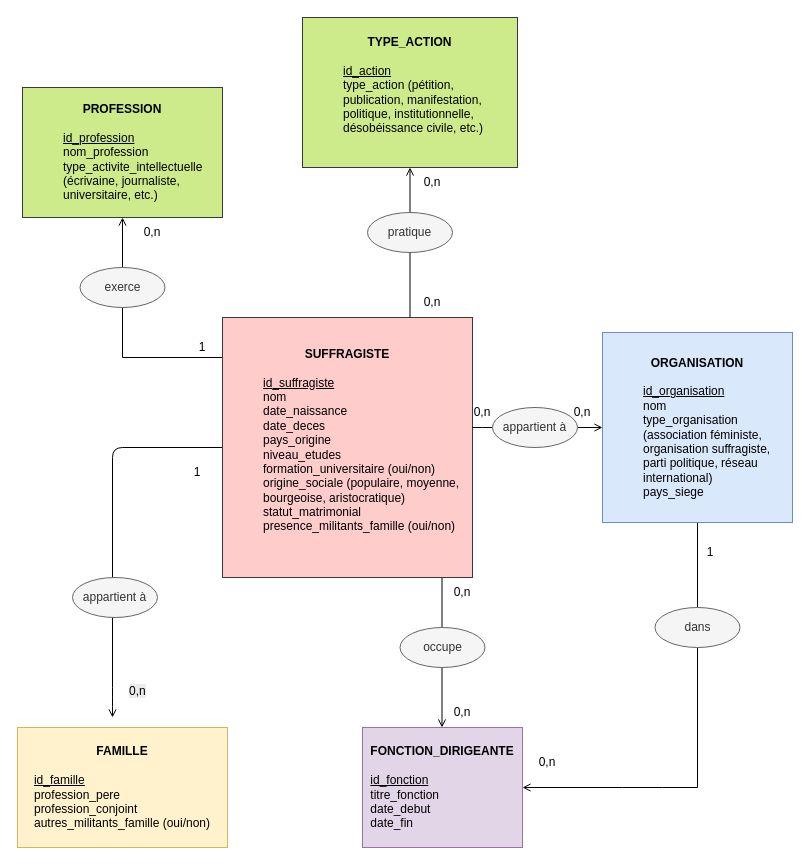
The draw.io diagram documentation/Modele_conceptuel.drawio in Cecile2109/Suffragettes, before the edit. Source tidied: cells renumbered, new cells numbered last; positions are measured from the earlier drawing's top-left corner, leaving out a move shared by most shapes. Both pictures are drawn from the tidied source at 100%, with x=0, y=0 at pixel (17, 17).
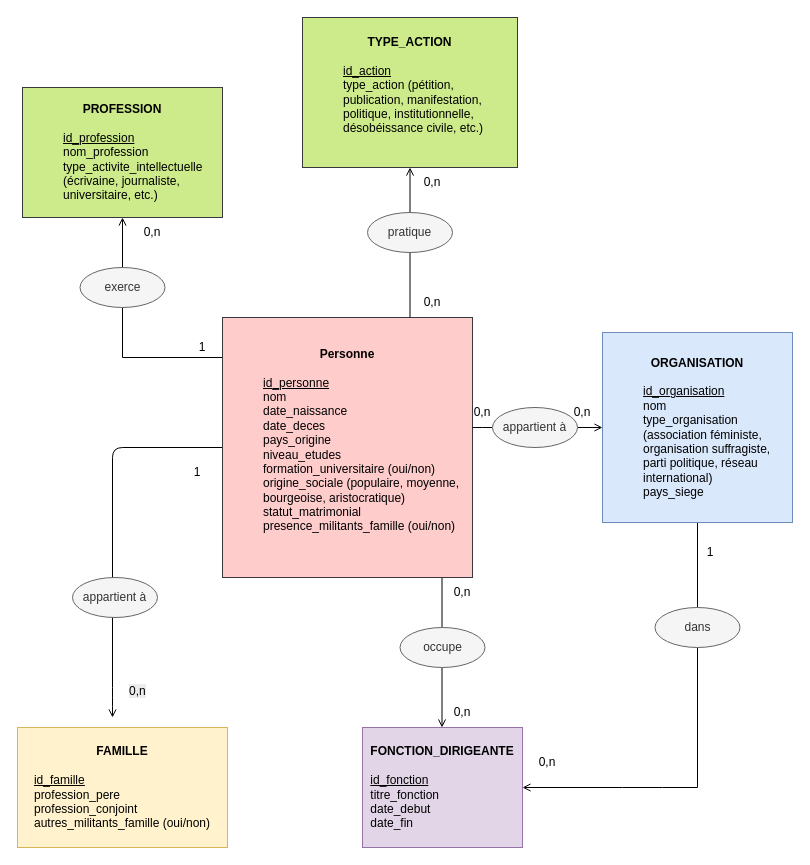
The same diagram, later.

Commit message:
modif. modele conceptuel

Change to the diagram source:
```diff
@@
-    <mxCell id="6" value="&lt;div&gt;&lt;b style=&quot;color: light-dark(rgb(0, 0, 0), rgb(255, 255, 255)); background-color: rgb(255, 204, 204);&quot;&gt;SUFFRAGISTE&lt;/b&gt;&lt;/div&gt;&lt;div&gt;&lt;div style=&quot;&quot;&gt;&lt;b style=&quot;text-align: left; background-color: transparent; color: light-dark(rgb(0, 0, 0), rgb(255, 255, 255));&quot;&gt;&lt;u&gt;&lt;br&gt;&lt;/u&gt;&lt;/b&gt;&lt;/div&gt;&lt;/div&gt;&lt;blockquote style=&quot;margin: 0px 0px 0px 40px; border-width: medium; border-style: none; border-color: currentcolor; border-image: none; padding: 0px;&quot;&gt;&lt;div&gt;&lt;div style=&quot;text-align: left;&quot;&gt;&lt;span style=&quot;color: light-dark(rgb(0, 0, 0), rgb(255, 255, 255));&quot;&gt;&lt;u style=&quot;&quot;&gt;id&lt;span style=&quot;background-color: rgb(255, 204, 204);&quot;&gt;_suffragiste&lt;/span&gt;&lt;/u&gt;&lt;/span&gt;&lt;/div&gt;&lt;/div&gt;&lt;/blockquote&gt;&lt;blockquote style=&quot;margin: 0px 0px 0px 40px; border-width: medium; border-style: none; border-color: currentcolor; border-image: none; padding: 0px;&quot;&gt;&lt;div&gt;&lt;div&gt;&lt;div style=&quot;text-align: left;&quot;&gt;&lt;span style=&quot;color: light-dark(rgb(0, 0, 0), rgb(255, 255, 255)); background-color: rgb(255, 204, 204);&quot;&gt;nom&lt;/span&gt;&lt;/div&gt;&lt;/div&gt;&lt;/div&gt;&lt;div&gt;&lt;div&gt;&lt;div style=&quot;text-align: left;&quot;&gt;&lt;span style=&quot;color: light-dark(rgb(0, 0, 0), rgb(255, 255, 255)); background-color: rgb(255, 204, 204);&quot;&gt;date_naissance&lt;/span&gt;&lt;/div&gt;&lt;/div&gt;&lt;/div&gt;&lt;div&gt;&lt;div&gt;&lt;div style=&quot;text-align: left;&quot;&gt;&lt;span style=&quot;color: light-dark(rgb(0, 0, 0), rgb(255, 255, 255)); background-color: rgb(255, 204, 204);&quot;&gt;date_deces&lt;/span&gt;&lt;/div&gt;&lt;/div&gt;&lt;/div&gt;&lt;div&gt;&lt;div&gt;&lt;div style=&quot;text-align: left;&quot;&gt;&lt;span style=&quot;color: light-dark(rgb(0, 0, 0), rgb(255, 255, 255)); background-color: rgb(255, 204, 204);&quot;&gt;pays_origine&lt;/span&gt;&lt;/div&gt;&lt;/div&gt;&lt;/div&gt;&lt;div&gt;&lt;div&gt;&lt;div style=&quot;text-align: left;&quot;&gt;&lt;span style=&quot;color: light-dark(rgb(0, 0, 0), rgb(255, 255, 255)); background-color: rgb(255, 204, 204);&quot;&gt;niveau_etudes&lt;/span&gt;&lt;/div&gt;&lt;/div&gt;&lt;/div&gt;&lt;div&gt;&lt;div&gt;&lt;div style=&quot;text-align: left;&quot;&gt;&lt;span style=&quot;color: light-dark(rgb(0, 0, 0), rgb(255, 255, 255)); background-color: rgb(255, 204, 204);&quot;&gt;formation_universitaire (oui/non)&lt;/span&gt;&lt;/div&gt;&lt;/div&gt;&lt;/div&gt;&lt;div&gt;&lt;div&gt;&lt;div style=&quot;text-align: left;&quot;&gt;&lt;span style=&quot;color: light-dark(rgb(0, 0, 0), rgb(255, 255, 255)); background-color: rgb(255, 204, 204);&quot;&gt;origine_sociale (populaire, moyenne, bourgeoise, aristocratique)&lt;/span&gt;&lt;/div&gt;&lt;/div&gt;&lt;/div&gt;&lt;div&gt;&lt;div&gt;&lt;div style=&quot;text-align: left;&quot;&gt;&lt;span style=&quot;color: light-dark(rgb(0, 0, 0), rgb(255, 255, 255)); background-color: rgb(255, 204, 204);&quot;&gt;statut_matrimonial&lt;/span&gt;&lt;/div&gt;&lt;/div&gt;&lt;/div&gt;&lt;div&gt;&lt;div&gt;&lt;div style=&quot;text-align: left;&quot;&gt;&lt;span style=&quot;color: light-dark(rgb(0, 0, 0), rgb(255, 255, 255)); background-color: rgb(255, 204, 204);&quot;&gt;presence_militants_famille (oui/non)&lt;/span&gt;&lt;/div&gt;&lt;/div&gt;&lt;/div&gt;&lt;/blockquote&gt;&lt;div&gt;&lt;div style=&quot;&quot;&gt;&lt;b&gt;&lt;br&gt;&lt;/b&gt;&lt;/div&gt;&lt;/div&gt;" style="rounded=0;whiteSpace=wrap;html=1;fillColor=#ffcccc;strokeColor=#36393d;" parent="1" vertex="1">
+    <mxCell id="6" value="&lt;div&gt;&lt;span style=&quot;background-color: rgb(255, 204, 204);&quot;&gt;&lt;b&gt;Personne&lt;/b&gt;&lt;/span&gt;&lt;/div&gt;&lt;div&gt;&lt;div style=&quot;&quot;&gt;&lt;b style=&quot;text-align: left; background-color: transparent; color: light-dark(rgb(0, 0, 0), rgb(255, 255, 255));&quot;&gt;&lt;u&gt;&lt;br&gt;&lt;/u&gt;&lt;/b&gt;&lt;/div&gt;&lt;/div&gt;&lt;blockquote style=&quot;margin: 0px 0px 0px 40px; border-width: medium; border-style: none; border-color: currentcolor; border-image: none; padding: 0px;&quot;&gt;&lt;div&gt;&lt;div style=&quot;text-align: left;&quot;&gt;&lt;span style=&quot;color: light-dark(rgb(0, 0, 0), rgb(255, 255, 255));&quot;&gt;&lt;u style=&quot;&quot;&gt;id&lt;span style=&quot;background-color: rgb(255, 204, 204);&quot;&gt;_personne&lt;/span&gt;&lt;/u&gt;&lt;/span&gt;&lt;/div&gt;&lt;/div&gt;&lt;/blockquote&gt;&lt;blockquote style=&quot;margin: 0px 0px 0px 40px; border-width: medium; border-style: none; border-color: currentcolor; border-image: none; padding: 0px;&quot;&gt;&lt;div&gt;&lt;div&gt;&lt;div style=&quot;text-align: left;&quot;&gt;&lt;span style=&quot;color: light-dark(rgb(0, 0, 0), rgb(255, 255, 255)); background-color: rgb(255, 204, 204);&quot;&gt;nom&lt;/span&gt;&lt;/div&gt;&lt;/div&gt;&lt;/div&gt;&lt;div&gt;&lt;div&gt;&lt;div style=&quot;text-align: left;&quot;&gt;&lt;span style=&quot;color: light-dark(rgb(0, 0, 0), rgb(255, 255, 255)); background-color: rgb(255, 204, 204);&quot;&gt;date_naissance&lt;/span&gt;&lt;/div&gt;&lt;/div&gt;&lt;/div&gt;&lt;div&gt;&lt;div&gt;&lt;div style=&quot;text-align: left;&quot;&gt;&lt;span style=&quot;color: light-dark(rgb(0, 0, 0), rgb(255, 255, 255)); background-color: rgb(255, 204, 204);&quot;&gt;date_deces&lt;/span&gt;&lt;/div&gt;&lt;/div&gt;&lt;/div&gt;&lt;div&gt;&lt;div&gt;&lt;div style=&quot;text-align: left;&quot;&gt;&lt;span style=&quot;color: light-dark(rgb(0, 0, 0), rgb(255, 255, 255)); background-color: rgb(255, 204, 204);&quot;&gt;pays_origine&lt;/span&gt;&lt;/div&gt;&lt;/div&gt;&lt;/div&gt;&lt;div&gt;&lt;div&gt;&lt;div style=&quot;text-align: left;&quot;&gt;&lt;span style=&quot;color: light-dark(rgb(0, 0, 0), rgb(255, 255, 255)); background-color: rgb(255, 204, 204);&quot;&gt;niveau_etudes&lt;/span&gt;&lt;/div&gt;&lt;/div&gt;&lt;/div&gt;&lt;div&gt;&lt;div&gt;&lt;div style=&quot;text-align: left;&quot;&gt;&lt;span style=&quot;color: light-dark(rgb(0, 0, 0), rgb(255, 255, 255)); background-color: rgb(255, 204, 204);&quot;&gt;formation_universitaire (oui/non)&lt;/span&gt;&lt;/div&gt;&lt;/div&gt;&lt;/div&gt;&lt;div&gt;&lt;div&gt;&lt;div style=&quot;text-align: left;&quot;&gt;&lt;span style=&quot;color: light-dark(rgb(0, 0, 0), rgb(255, 255, 255)); background-color: rgb(255, 204, 204);&quot;&gt;origine_sociale (populaire, moyenne, bourgeoise, aristocratique)&lt;/span&gt;&lt;/div&gt;&lt;/div&gt;&lt;/div&gt;&lt;div&gt;&lt;div&gt;&lt;div style=&quot;text-align: left;&quot;&gt;&lt;span style=&quot;color: light-dark(rgb(0, 0, 0), rgb(255, 255, 255)); background-color: rgb(255, 204, 204);&quot;&gt;statut_matrimonial&lt;/span&gt;&lt;/div&gt;&lt;/div&gt;&lt;/div&gt;&lt;div&gt;&lt;div&gt;&lt;div style=&quot;text-align: left;&quot;&gt;&lt;span style=&quot;color: light-dark(rgb(0, 0, 0), rgb(255, 255, 255)); background-color: rgb(255, 204, 204);&quot;&gt;presence_militants_famille (oui/non)&lt;/span&gt;&lt;/div&gt;&lt;/div&gt;&lt;/div&gt;&lt;/blockquote&gt;&lt;div&gt;&lt;div style=&quot;&quot;&gt;&lt;b&gt;&lt;br&gt;&lt;/b&gt;&lt;/div&gt;&lt;/div&gt;" style="rounded=0;whiteSpace=wrap;html=1;fillColor=#ffcccc;strokeColor=#36393d;" parent="1" vertex="1">
       <mxGeometry x="205" y="300" width="250" height="260" as="geometry" />
     </mxCell>
```
